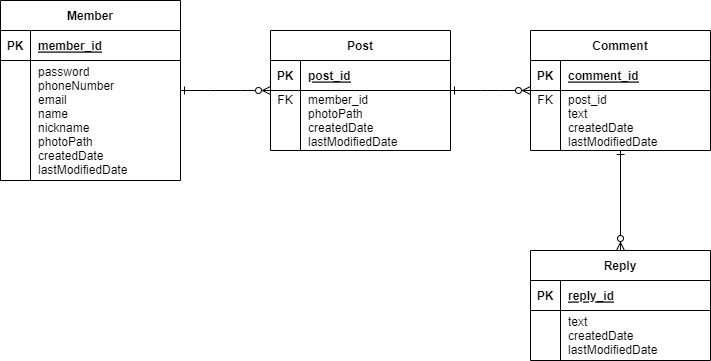
Before: Sprint1 Table.drawio.png, a diagram exported from draw.io (JunYoung-C/Instagram). Source tidied: cells renumbered, new cells last; positions are measured from the earlier drawing's top-left corner, leaving out a move shared by most shapes.
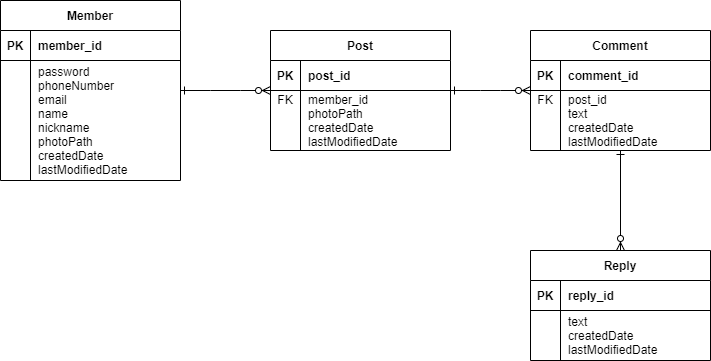
After the change.

Change to the diagram source:
```diff
@@ -11,7 +11,7 @@
     <mxCell id="4" value="PK" style="shape=partialRectangle;fillColor=none;top=0;left=0;bottom=0;right=0;fontStyle=1;overflow=hidden;" parent="3" vertex="1">
       <mxGeometry width="30" height="30" as="geometry" />
     </mxCell>
-    <mxCell id="5" value="member_id" style="shape=partialRectangle;fillColor=none;top=0;left=0;bottom=0;right=0;align=left;spacingLeft=6;fontStyle=5;overflow=hidden;" parent="3" vertex="1">
+    <mxCell id="5" value="member_id" style="shape=partialRectangle;fillColor=none;top=0;left=0;bottom=0;right=0;align=left;spacingLeft=6;fontStyle=1;overflow=hidden;strokeColor=default;" parent="3" vertex="1">
       <mxGeometry x="30" width="150" height="30" as="geometry" />
     </mxCell>
     <mxCell id="6" style="shape=tableRow;horizontal=0;startSize=0;swimlaneHead=0;swimlaneBody=0;fillColor=none;top=0;left=0;right=0;bottom=0;" parent="2" vertex="1">
@@ -32,7 +32,7 @@
     <mxCell id="11" value="PK" style="shape=partialRectangle;fillColor=none;top=0;left=0;bottom=0;right=0;fontStyle=1;overflow=hidden;" parent="10" vertex="1">
       <mxGeometry width="30" height="30" as="geometry" />
     </mxCell>
-    <mxCell id="12" value="reply_id" style="shape=partialRectangle;fillColor=none;top=0;left=0;bottom=0;right=0;align=left;spacingLeft=6;fontStyle=5;overflow=hidden;" parent="10" vertex="1">
+    <mxCell id="12" value="reply_id" style="shape=partialRectangle;fillColor=none;top=0;left=0;bottom=0;right=0;align=left;spacingLeft=6;fontStyle=1;overflow=hidden;" parent="10" vertex="1">
       <mxGeometry x="30" width="150" height="30" as="geometry" />
     </mxCell>
     <mxCell id="13" style="shape=tableRow;horizontal=0;startSize=0;swimlaneHead=0;swimlaneBody=0;fillColor=none;top=0;left=0;right=0;bottom=0;" parent="9" vertex="1">
@@ -53,7 +53,7 @@
     <mxCell id="18" value="PK" style="shape=partialRectangle;fillColor=none;top=0;left=0;bottom=0;right=0;fontStyle=1;overflow=hidden;" parent="17" vertex="1">
       <mxGeometry width="30" height="30" as="geometry" />
     </mxCell>
-    <mxCell id="19" value="comment_id" style="shape=partialRectangle;fillColor=none;top=0;left=0;bottom=0;right=0;align=left;spacingLeft=6;fontStyle=5;overflow=hidden;" parent="17" vertex="1">
+    <mxCell id="19" value="comment_id" style="shape=partialRectangle;fillColor=none;top=0;left=0;bottom=0;right=0;align=left;spacingLeft=6;fontStyle=1;overflow=hidden;" parent="17" vertex="1">
       <mxGeometry x="30" width="150" height="30" as="geometry" />
     </mxCell>
     <mxCell id="20" style="shape=tableRow;horizontal=0;startSize=0;swimlaneHead=0;swimlaneBody=0;fillColor=none;top=0;left=0;right=0;bottom=0;" parent="16" vertex="1">
@@ -74,7 +74,7 @@
     <mxCell id="25" value="PK" style="shape=partialRectangle;fillColor=none;top=0;left=0;bottom=0;right=0;fontStyle=1;overflow=hidden;" parent="24" vertex="1">
       <mxGeometry width="30" height="30" as="geometry" />
     </mxCell>
-    <mxCell id="26" value="post_id" style="shape=partialRectangle;fillColor=none;top=0;left=0;bottom=0;right=0;align=left;spacingLeft=6;fontStyle=5;overflow=hidden;" parent="24" vertex="1">
+    <mxCell id="26" value="post_id" style="shape=partialRectangle;fillColor=none;top=0;left=0;bottom=0;right=0;align=left;spacingLeft=6;fontStyle=1;overflow=hidden;" parent="24" vertex="1">
       <mxGeometry x="30" width="150" height="30" as="geometry" />
     </mxCell>
     <mxCell id="27" style="shape=tableRow;horizontal=0;startSize=0;swimlaneHead=0;swimlaneBody=0;fillColor=none;top=0;left=0;right=0;bottom=0;" parent="23" vertex="1">
```
